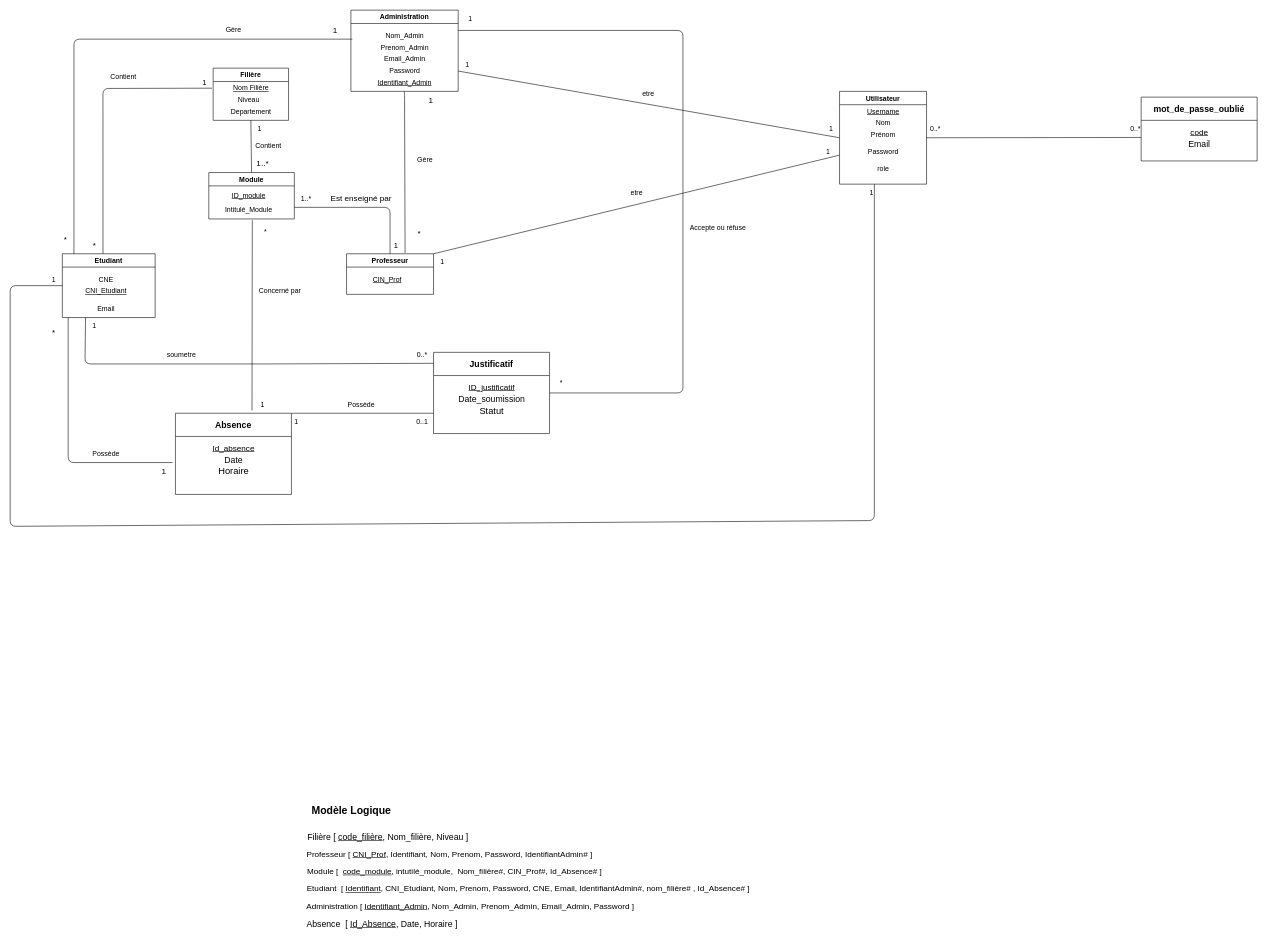
The draw.io diagram data/modelConcep.drawio in Marcel-Fassou-28/Gestion_Absence_PFA, before the edit. Source tidied: cells renumbered, new cells numbered last; positions are measured from the earlier drawing's top-left corner, leaving out a move shared by most shapes. Both pictures are drawn from the tidied source at 58%, with x=0, y=0 at pixel (10, 10).
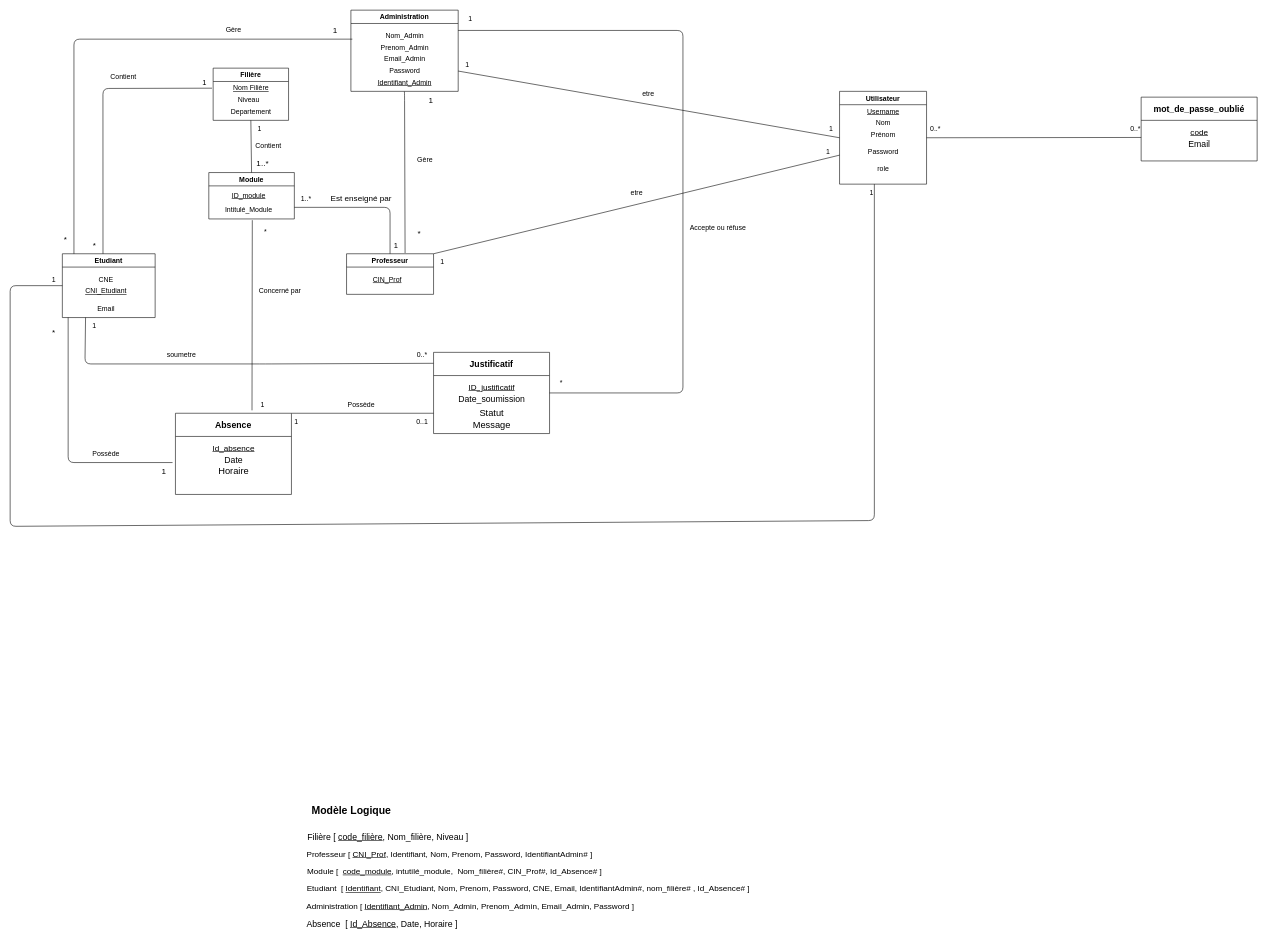
Above is the later version.

Commit message (it also covers changes not shown here):
Amélioration des diagrammes UML

The change refers to these unchanged cells:
```xml
<mxCell id="73" value="Justificatif" style="swimlane;fontSize=15;startSize=40;" parent="1" vertex="1">
  <mxGeometry x="730" y="590" width="200" height="140" as="geometry" />
</mxCell>
```

The edit, as a diff of the source:
```diff
@@
-    <mxCell id="75" value="&lt;font style=&quot;font-size: 16px;&quot;&gt;Statut&lt;/font&gt;" style="text;html=1;align=center;verticalAlign=middle;strokeColor=none;fillColor=none;" parent="73" vertex="1">
-      <mxGeometry x="65" y="85" width="70" height="30" as="geometry" />
+    <mxCell id="75" value="&lt;font style=&quot;font-size: 16px;&quot;&gt;Statut&lt;/font&gt;&lt;div&gt;&lt;font style=&quot;font-size: 16px;&quot;&gt;Message&lt;/font&gt;&lt;/div&gt;" style="text;html=1;align=center;verticalAlign=middle;strokeColor=none;fillColor=none;" parent="73" vertex="1">
+      <mxGeometry x="55" y="90" width="90" height="50" as="geometry" />
     </mxCell>
```
